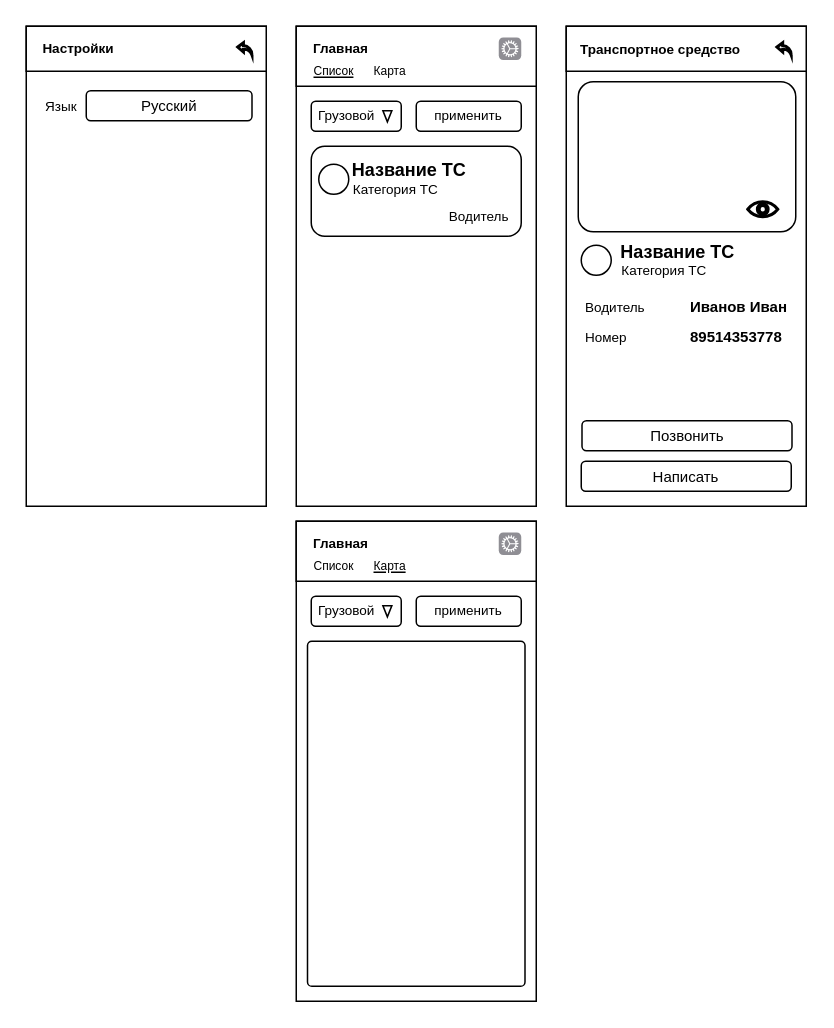
This is other/interfaceShema.drawio from Anto-MSHK/test_task_welbex, a draw.io file, before an edit. Source tidied: cells renumbered, new cells numbered last; positions are measured from the earlier drawing's top-left corner, leaving out a move shared by most shapes. Both pictures are drawn from the tidied source at 150%, with x=0, y=0 at pixel (26, 26).
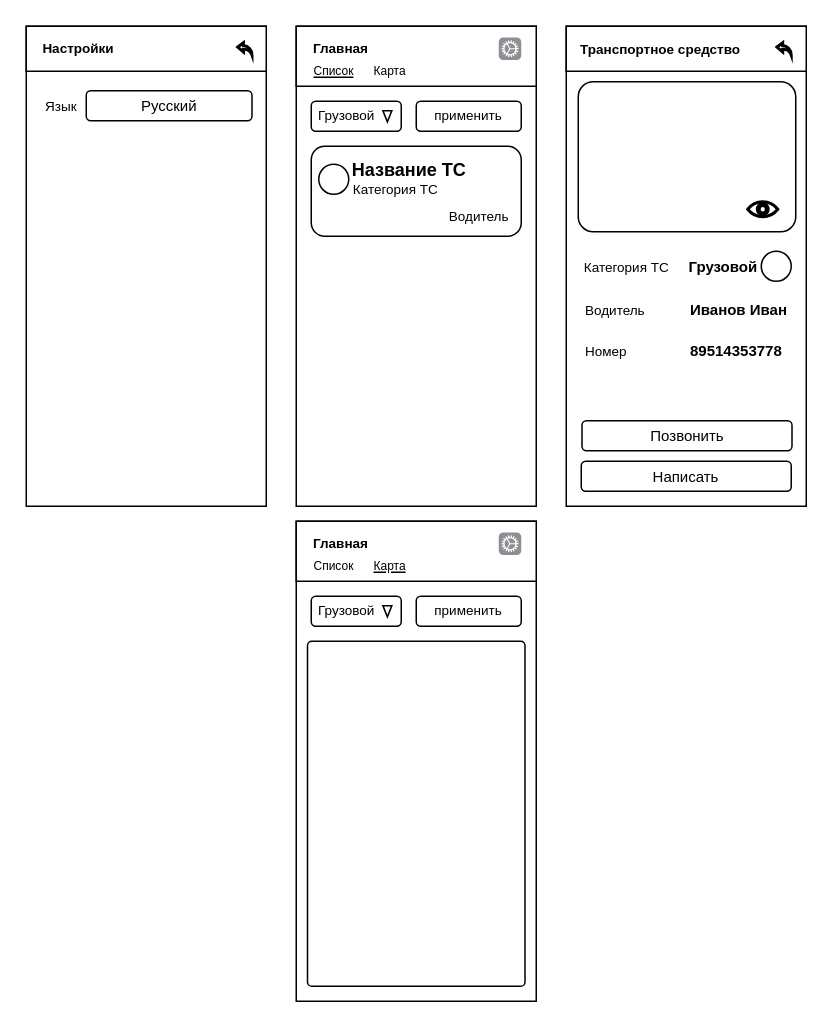
Above is the later version.

What changed in the source:
```diff
@@
-    <mxCell id="20" value="&lt;b&gt;Название ТС&lt;/b&gt;" style="text;html=1;align=center;verticalAlign=middle;strokeColor=none;fillColor=none;" parent="1" vertex="1">
-      <mxGeometry x="389" y="141" width="90" height="20" as="geometry" />
-    </mxCell>
     <mxCell id="21" value="Категория ТС" style="text;html=1;align=center;verticalAlign=middle;strokeColor=none;fillColor=none;fontSize=9;" parent="1" vertex="1">
-      <mxGeometry x="390" y="153" width="70" height="20" as="geometry" />
+      <mxGeometry x="365" y="151" width="70" height="20" as="geometry" />
     </mxCell>
@@
     <mxCell id="23" style="ellipse;whiteSpace=wrap;html=1;fontSize=8;" parent="1" vertex="1">
-      <mxGeometry x="370" y="146" width="20" height="20" as="geometry" />
+      <mxGeometry x="490" y="150" width="20" height="20" as="geometry" />
     </mxCell>
     <mxCell id="24" value="&lt;font style=&quot;font-size: 9px;&quot;&gt;Водитель&lt;/font&gt;" style="text;html=1;align=left;verticalAlign=middle;strokeColor=none;fillColor=none;" parent="1" vertex="1">
-      <mxGeometry x="371" y="177" width="60" height="20" as="geometry" />
+      <mxGeometry x="371" y="179" width="60" height="20" as="geometry" />
     </mxCell>
     <mxCell id="25" value="&lt;font size=&quot;1&quot;&gt;&lt;b&gt;Иванов Иван&lt;/b&gt;&lt;/font&gt;" style="text;html=1;align=left;verticalAlign=middle;strokeColor=none;fillColor=none;" parent="1" vertex="1">
-      <mxGeometry x="441" y="177" width="80" height="20" as="geometry" />
+      <mxGeometry x="441" y="179" width="80" height="20" as="geometry" />
     </mxCell>
     <mxCell id="26" value="&lt;font style=&quot;font-size: 9px;&quot;&gt;Номер&lt;/font&gt;" style="text;html=1;align=left;verticalAlign=middle;strokeColor=none;fillColor=none;" parent="1" vertex="1">
-      <mxGeometry x="371" y="197" width="40" height="20" as="geometry" />
+      <mxGeometry x="371" y="206" width="40" height="20" as="geometry" />
     </mxCell>
     <mxCell id="27" value="&lt;font size=&quot;1&quot;&gt;&lt;b&gt;89514353778&lt;/b&gt;&lt;/font&gt;" style="text;html=1;align=left;verticalAlign=middle;strokeColor=none;fillColor=none;" parent="1" vertex="1">
-      <mxGeometry x="441" y="197" width="80" height="20" as="geometry" />
+      <mxGeometry x="441" y="206" width="80" height="20" as="geometry" />
     </mxCell>
@@
+    <mxCell id="48" value="&lt;font size=&quot;1&quot;&gt;&lt;b&gt;Грузовой&lt;/b&gt;&lt;/font&gt;" style="text;html=1;align=left;verticalAlign=middle;strokeColor=none;fillColor=none;" parent="1" vertex="1">
+      <mxGeometry x="439.5" y="150" width="60" height="20" as="geometry" />
+    </mxCell>
```
